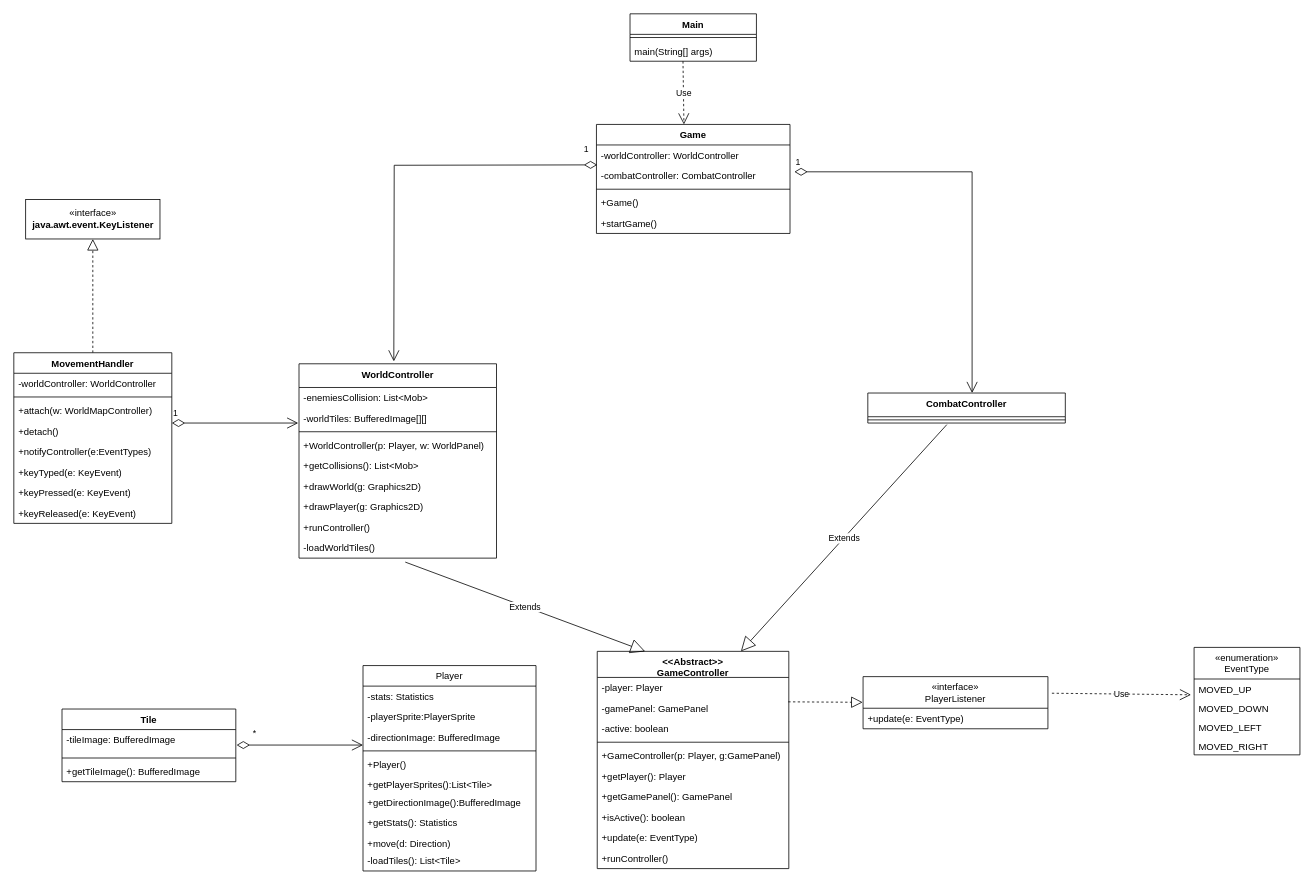
weiss25r/Progetto-ISS-2022-2023 keeps this draw.io diagram as docs/diagrams/Raffaele/Task - disegno della mappaù.drawio. Above is the earlier version. Source tidied: cells renumbered, new cells numbered last; positions are measured from the earlier drawing's top-left corner, leaving out a move shared by most shapes. Both pictures are drawn from the tidied source at 79%, with x=0, y=0 at pixel (13, 13).
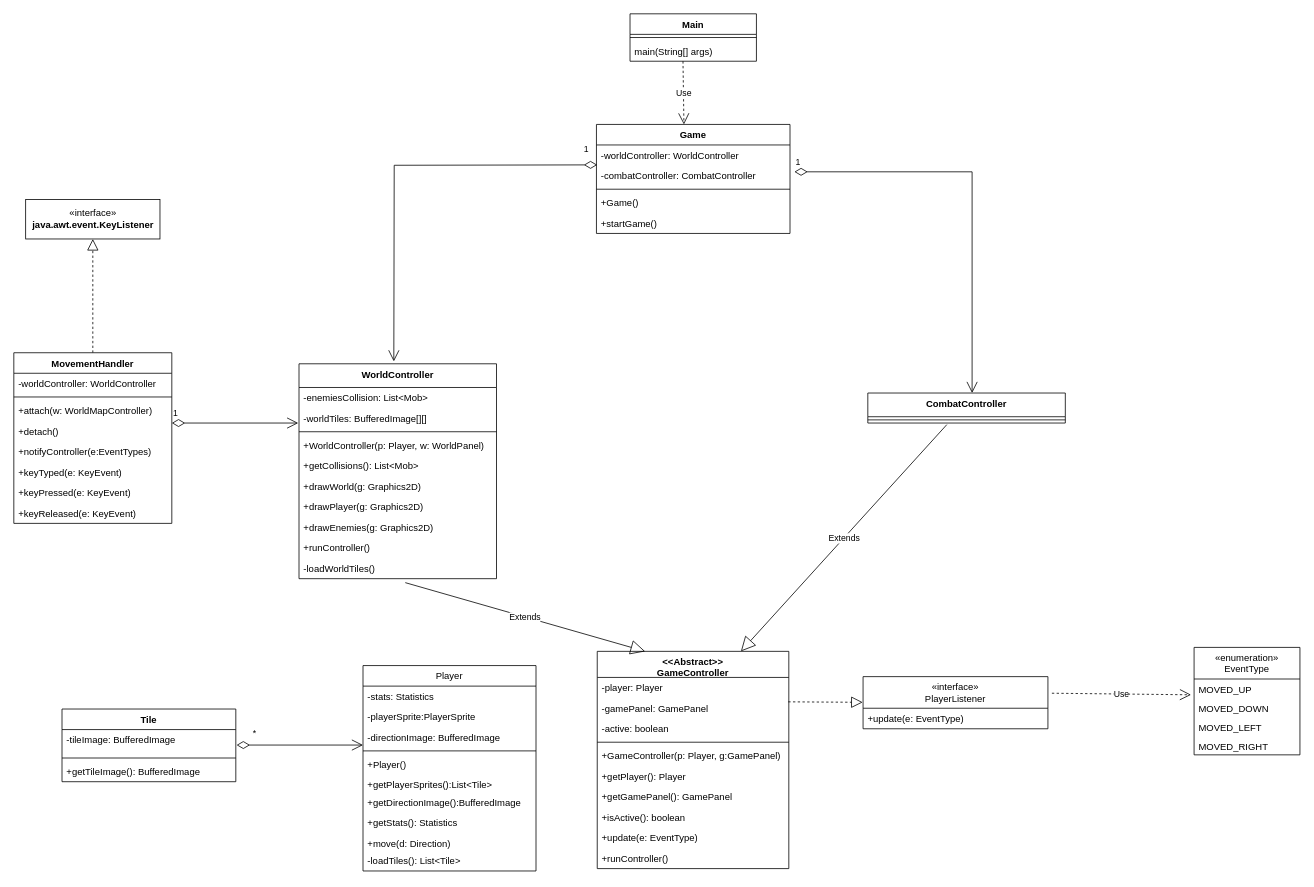
Above is the later version.

The edit, as a diff of the source:
```diff
@@
     <mxCell id="38" value="WorldController" style="swimlane;fontStyle=1;align=center;verticalAlign=top;horizontal=1;startSize=30;" parent="1" vertex="1">
-      <mxGeometry x="361" y="443" width="250" height="246" as="geometry" />
+      <mxGeometry x="361" y="443" width="250" height="272" as="geometry" />
     </mxCell>
@@
+    <mxCell id="76" value="+drawEnemies(g: Graphics2D)" style="text;strokeColor=none;fillColor=none;align=left;verticalAlign=top;spacingLeft=4;spacingRight=4;overflow=hidden;" parent="38" vertex="1">
+      <mxGeometry y="194" width="250" height="26" as="geometry" />
+    </mxCell>
     <mxCell id="46" value="+runController()" style="text;strokeColor=none;fillColor=none;align=left;verticalAlign=top;spacingLeft=4;spacingRight=4;overflow=hidden;" parent="38" vertex="1">
-      <mxGeometry y="194" width="250" height="26" as="geometry" />
+      <mxGeometry y="220" width="250" height="26" as="geometry" />
     </mxCell>
     <mxCell id="47" value="-loadWorldTiles()&#10;" style="text;strokeColor=none;fillColor=none;align=left;verticalAlign=top;spacingLeft=4;spacingRight=4;overflow=hidden;points=[[0,0.5],[1,0.5]];portConstraint=eastwest;" parent="38" vertex="1">
-      <mxGeometry y="220" width="250" height="26" as="geometry" />
+      <mxGeometry y="246" width="250" height="26" as="geometry" />
     </mxCell>
```
